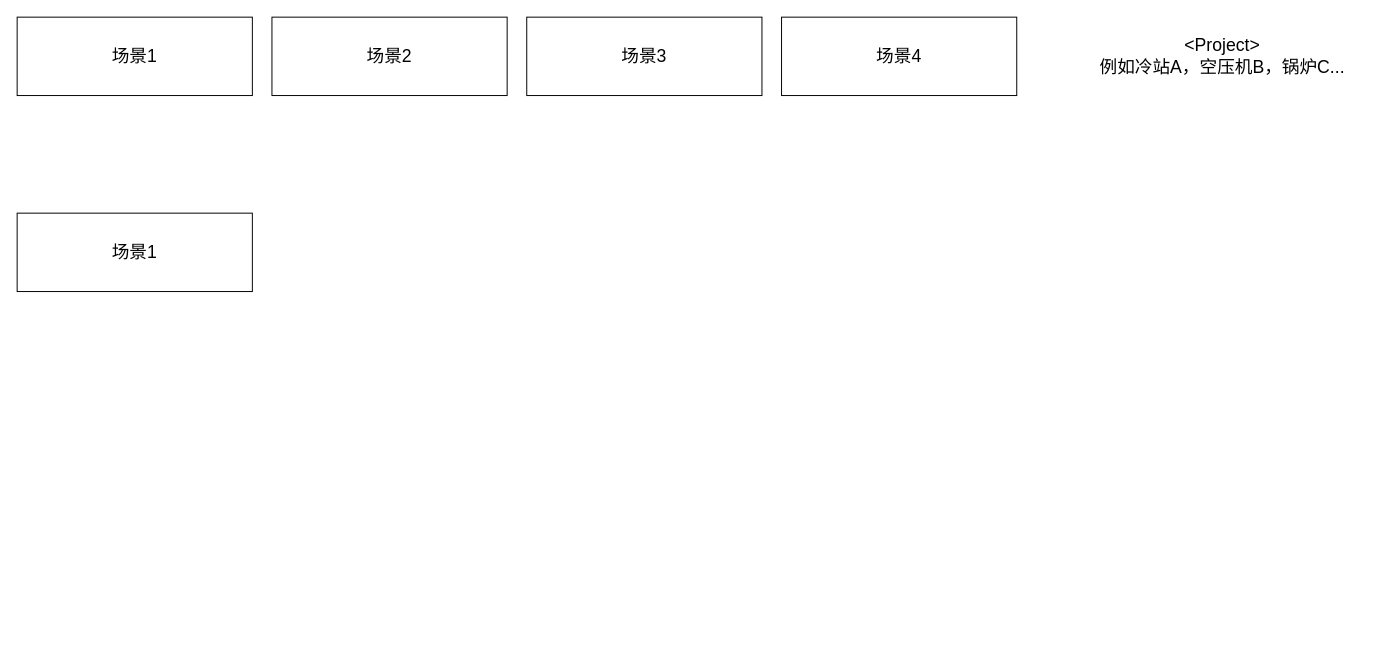
The draw.io diagram page "Dictionary" (5 of 5) of Swire_Project_Structure_Analysis.drawio in WenboLi-CN-DE/DrawIO_remote, before the edit. Source tidied: cells renumbered, new cells numbered last; positions are measured from the earlier drawing's top-left corner, leaving out a move shared by most shapes. Both pictures are drawn from the tidied source at 98%, with x=0, y=0 at pixel (17, 17).
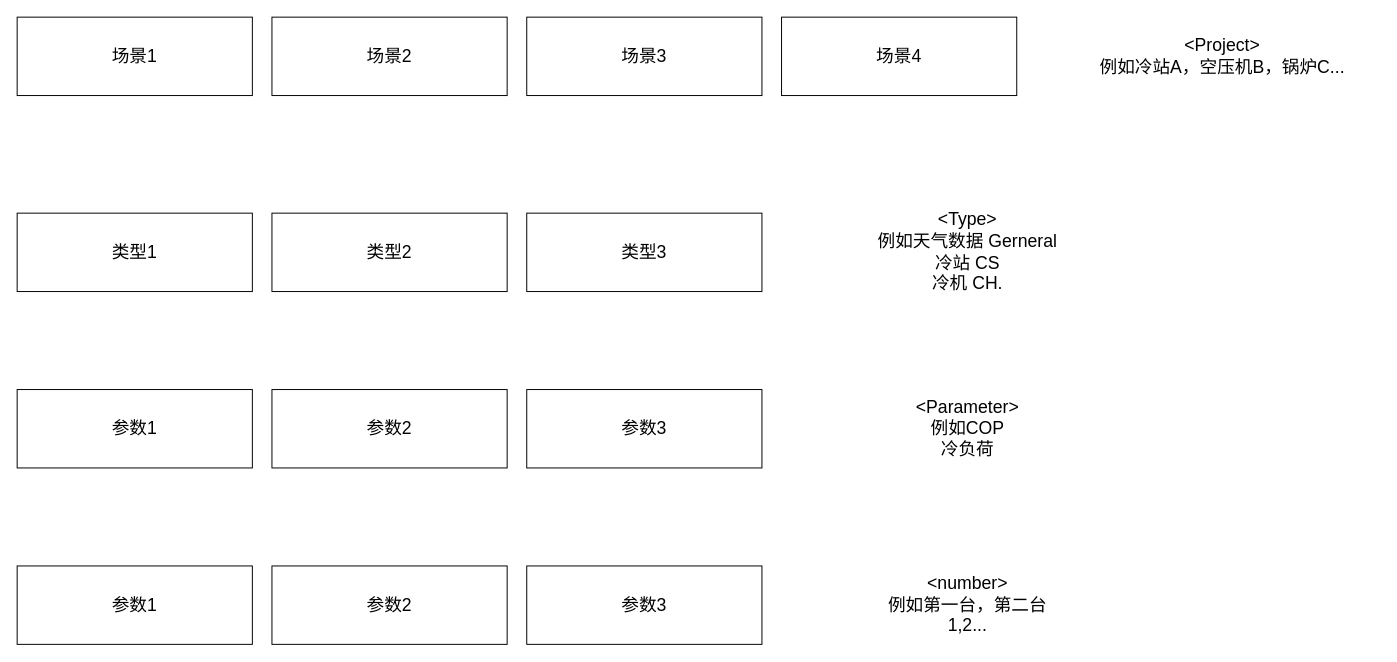
Above is the later version.

The edit, as a diff of the source:
```diff
@@
 <mxGraphModel>
   <root>
     <mxCell id="0" />
     <mxCell id="1" parent="0" />
     <mxCell id="2" value="&lt;font style=&quot;font-size: 18px;&quot;&gt;场景1&lt;/font&gt;" style="rounded=0;whiteSpace=wrap;html=1;" parent="1" vertex="1">
       <mxGeometry width="240" height="80" as="geometry" />
     </mxCell>
     <mxCell id="3" value="&lt;font style=&quot;font-size: 18px;&quot;&gt;场景2&lt;/font&gt;" style="rounded=0;whiteSpace=wrap;html=1;" parent="1" vertex="1">
       <mxGeometry x="260" width="240" height="80" as="geometry" />
     </mxCell>
     <mxCell id="4" value="&lt;font style=&quot;font-size: 18px;&quot;&gt;场景3&lt;/font&gt;" style="rounded=0;whiteSpace=wrap;html=1;" parent="1" vertex="1">
       <mxGeometry x="520" width="240" height="80" as="geometry" />
     </mxCell>
     <mxCell id="5" value="&lt;font style=&quot;font-size: 18px;&quot;&gt;场景4&lt;/font&gt;" style="rounded=0;whiteSpace=wrap;html=1;" parent="1" vertex="1">
       <mxGeometry x="780" width="240" height="80" as="geometry" />
     </mxCell>
     <mxCell id="6" value="&lt;font style=&quot;font-size: 18px;&quot;&gt;&amp;lt;Project&amp;gt;&lt;br&gt;例如冷站A，空压机B，锅炉C...&lt;/font&gt;" style="text;html=1;align=center;verticalAlign=middle;whiteSpace=wrap;rounded=0;" parent="1" vertex="1">
       <mxGeometry x="1070" y="25" width="320" height="30" as="geometry" />
     </mxCell>
-    <mxCell id="7" value="&lt;font style=&quot;font-size: 18px;&quot;&gt;场景1&lt;/font&gt;" style="rounded=0;whiteSpace=wrap;html=1;" parent="1" vertex="1">
+    <mxCell id="7" value="&lt;font style=&quot;font-size: 18px;&quot;&gt;类型1&lt;/font&gt;" style="rounded=0;whiteSpace=wrap;html=1;" parent="1" vertex="1">
       <mxGeometry y="200" width="240" height="80" as="geometry" />
     </mxCell>
+    <mxCell id="8" value="&lt;font style=&quot;font-size: 18px;&quot;&gt;类型2&lt;/font&gt;" style="rounded=0;whiteSpace=wrap;html=1;" parent="1" vertex="1">
+      <mxGeometry x="260" y="200" width="240" height="80" as="geometry" />
+    </mxCell>
+    <mxCell id="9" value="&lt;font style=&quot;font-size: 18px;&quot;&gt;类型3&lt;/font&gt;" style="rounded=0;whiteSpace=wrap;html=1;" parent="1" vertex="1">
+      <mxGeometry x="520" y="200" width="240" height="80" as="geometry" />
+    </mxCell>
+    <mxCell id="10" value="&lt;font style=&quot;font-size: 18px;&quot;&gt;&amp;lt;Type&amp;gt;&lt;br&gt;例如天气数据 Gerneral&lt;/font&gt;&lt;div&gt;&lt;font style=&quot;font-size: 18px;&quot;&gt;冷站 CS&lt;/font&gt;&lt;/div&gt;&lt;div&gt;&lt;font style=&quot;font-size: 18px;&quot;&gt;冷机 CH.&lt;/font&gt;&lt;/div&gt;" style="text;html=1;align=center;verticalAlign=middle;whiteSpace=wrap;rounded=0;" parent="1" vertex="1">
+      <mxGeometry x="810" y="225" width="320" height="30" as="geometry" />
+    </mxCell>
+    <mxCell id="11" value="&lt;font style=&quot;font-size: 18px;&quot;&gt;参数1&lt;/font&gt;" style="rounded=0;whiteSpace=wrap;html=1;" parent="1" vertex="1">
+      <mxGeometry y="380" width="240" height="80" as="geometry" />
+    </mxCell>
+    <mxCell id="12" value="&lt;font style=&quot;font-size: 18px;&quot;&gt;参数2&lt;/font&gt;" style="rounded=0;whiteSpace=wrap;html=1;" parent="1" vertex="1">
+      <mxGeometry x="260" y="380" width="240" height="80" as="geometry" />
+    </mxCell>
+    <mxCell id="13" value="&lt;font style=&quot;font-size: 18px;&quot;&gt;参数3&lt;/font&gt;" style="rounded=0;whiteSpace=wrap;html=1;" parent="1" vertex="1">
+      <mxGeometry x="520" y="380" width="240" height="80" as="geometry" />
+    </mxCell>
+    <mxCell id="14" value="&lt;font style=&quot;font-size: 18px;&quot;&gt;&amp;lt;Parameter&amp;gt;&lt;br&gt;例如COP&lt;br&gt;&lt;/font&gt;&lt;div&gt;&lt;font style=&quot;font-size: 18px;&quot;&gt;冷负荷&lt;/font&gt;&lt;/div&gt;" style="text;html=1;align=center;verticalAlign=middle;whiteSpace=wrap;rounded=0;" parent="1" vertex="1">
+      <mxGeometry x="810" y="405" width="320" height="30" as="geometry" />
+    </mxCell>
+    <mxCell id="15" value="&lt;font style=&quot;font-size: 18px;&quot;&gt;参数1&lt;/font&gt;" style="rounded=0;whiteSpace=wrap;html=1;" parent="1" vertex="1">
+      <mxGeometry y="560" width="240" height="80" as="geometry" />
+    </mxCell>
+    <mxCell id="16" value="&lt;font style=&quot;font-size: 18px;&quot;&gt;参数2&lt;/font&gt;" style="rounded=0;whiteSpace=wrap;html=1;" parent="1" vertex="1">
+      <mxGeometry x="260" y="560" width="240" height="80" as="geometry" />
+    </mxCell>
+    <mxCell id="17" value="&lt;font style=&quot;font-size: 18px;&quot;&gt;参数3&lt;/font&gt;" style="rounded=0;whiteSpace=wrap;html=1;" parent="1" vertex="1">
+      <mxGeometry x="520" y="560" width="240" height="80" as="geometry" />
+    </mxCell>
+    <mxCell id="18" value="&lt;font style=&quot;font-size: 18px;&quot;&gt;&amp;lt;number&amp;gt;&lt;br&gt;例如第一台，第二台&lt;/font&gt;&lt;div&gt;&lt;font style=&quot;font-size: 18px;&quot;&gt;1,2...&lt;/font&gt;&lt;/div&gt;" style="text;html=1;align=center;verticalAlign=middle;whiteSpace=wrap;rounded=0;" parent="1" vertex="1">
+      <mxGeometry x="810" y="585" width="320" height="30" as="geometry" />
+    </mxCell>
   </root>
 </mxGraphModel>
```
